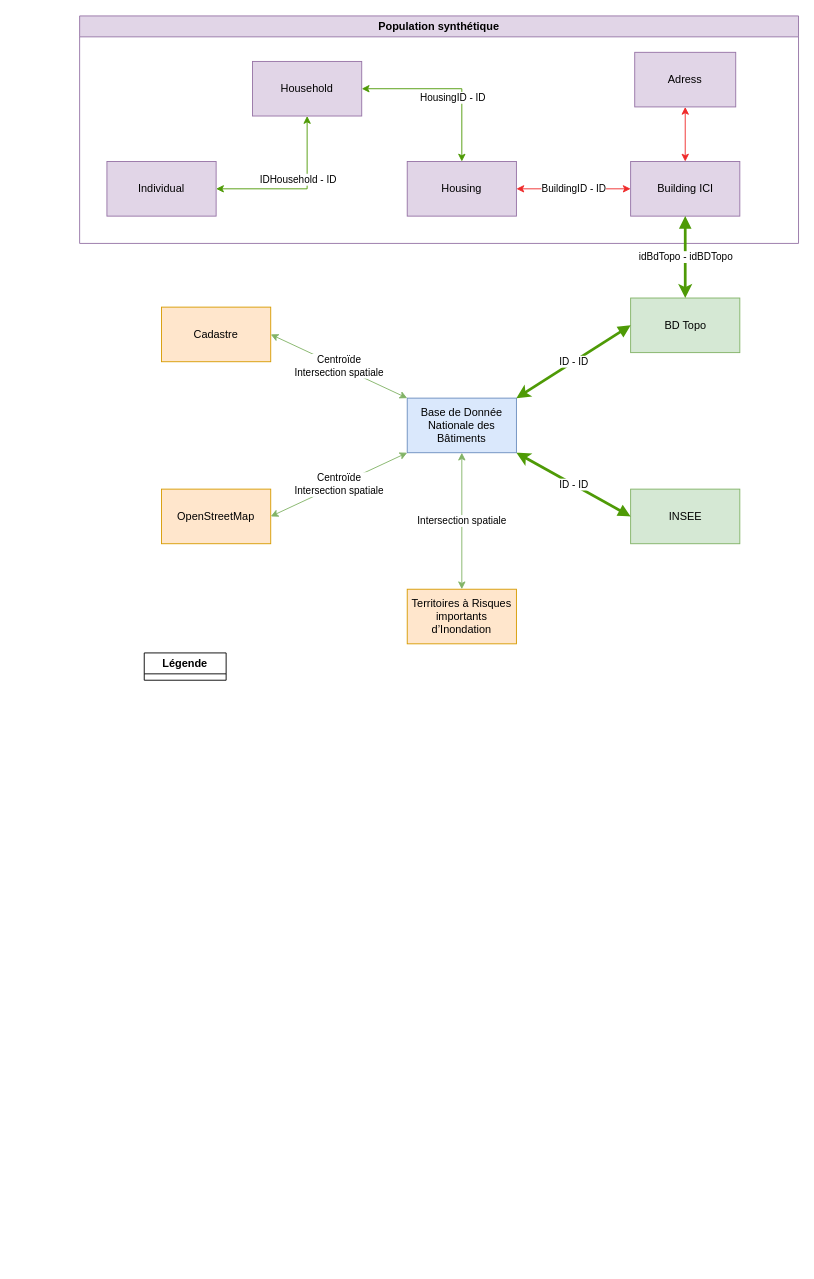
Earlier version of the draw.io diagram liens_entre_bases.drawio (EnzoVenon/Gemini_numeriques). Source tidied: cells renumbered, new cells numbered last; positions are measured from the earlier drawing's top-left corner, leaving out a move shared by most shapes. Both pictures are drawn from the tidied source at 91%, with x=0, y=0 at pixel (79, 15).
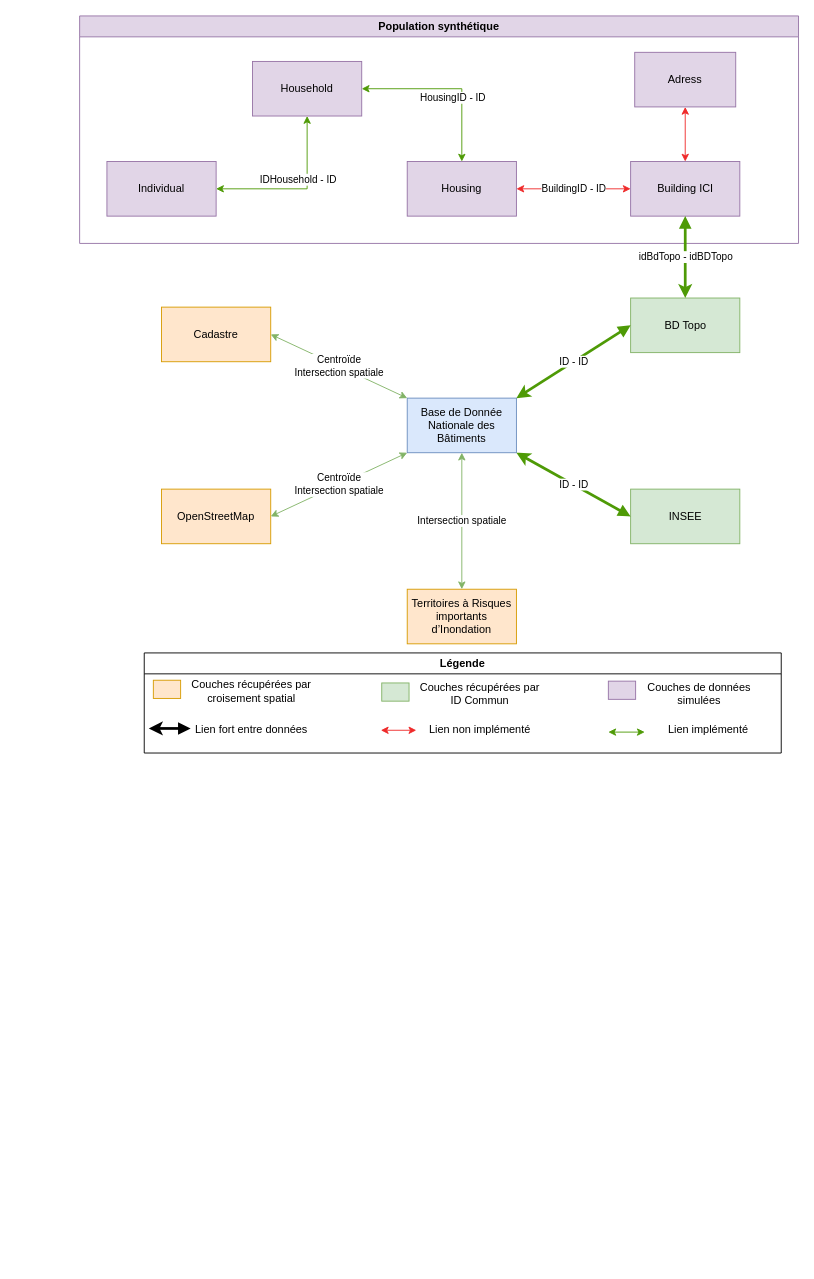
The same page after the edit.

Commit message:
correcting colors

Change to the diagram source:
```diff
@@
-    <mxCell id="24" value="Légende" style="swimlane;whiteSpace=wrap;html=1;" parent="1" vertex="1" collapsed="1">
-      <mxGeometry x="71" y="700" width="90" height="30" as="geometry" />
+    <mxCell id="24" value="Légende" style="swimlane;whiteSpace=wrap;html=1;" parent="1" vertex="1">
+      <mxGeometry x="71" y="700" width="700" height="110" as="geometry" />
     </mxCell>
+    <mxCell id="25" style="rounded=0;whiteSpace=wrap;html=1;fillColor=#ffe6cc;strokeColor=#d79b00;" parent="24" vertex="1">
+      <mxGeometry x="10" y="30" width="30" height="20" as="geometry" />
+    </mxCell>
+    <mxCell id="26" value="Couches récupérées par croisement spatial" style="text;html=1;strokeColor=none;fillColor=none;align=center;verticalAlign=middle;whiteSpace=wrap;rounded=0;" parent="24" vertex="1">
+      <mxGeometry x="48" y="27" width="140" height="30" as="geometry" />
+    </mxCell>
+    <mxCell id="27" style="rounded=0;whiteSpace=wrap;html=1;fillColor=#d5e8d4;strokeColor=#82b366;" parent="24" vertex="1">
+      <mxGeometry x="261" y="33" width="30" height="20" as="geometry" />
+    </mxCell>
+    <mxCell id="28" value="Couches récupérées par ID Commun" style="text;html=1;strokeColor=none;fillColor=none;align=center;verticalAlign=middle;whiteSpace=wrap;rounded=0;" parent="24" vertex="1">
+      <mxGeometry x="299" y="30" width="140" height="30" as="geometry" />
+    </mxCell>
+    <mxCell id="29" style="rounded=0;whiteSpace=wrap;html=1;fillColor=#e1d5e7;strokeColor=#9673a6;" parent="24" vertex="1">
+      <mxGeometry x="510" y="31" width="30" height="20" as="geometry" />
+    </mxCell>
+    <mxCell id="30" value="Couches de données simulées" style="text;html=1;strokeColor=none;fillColor=none;align=center;verticalAlign=middle;whiteSpace=wrap;rounded=0;" parent="24" vertex="1">
+      <mxGeometry x="540" y="30" width="140" height="30" as="geometry" />
+    </mxCell>
+    <mxCell id="31" style="endArrow=classic;html=1;rounded=0;entryX=1;entryY=0;entryDx=0;entryDy=0;strokeColor=#000000;strokeWidth=3;endFill=1;startArrow=block;" parent="24" edge="1">
+      <mxGeometry relative="1" as="geometry">
+        <mxPoint x="51" y="83" as="sourcePoint" />
+        <mxPoint x="5" y="83" as="targetPoint" />
+      </mxGeometry>
+    </mxCell>
+    <mxCell id="32" value="Lien fort entre données" style="text;html=1;strokeColor=none;fillColor=none;align=center;verticalAlign=middle;whiteSpace=wrap;rounded=0;" parent="24" vertex="1">
+      <mxGeometry x="48" y="70" width="140" height="30" as="geometry" />
+    </mxCell>
+    <mxCell id="33" value="&amp;nbsp;" style="edgeStyle=orthogonalEdgeStyle;rounded=0;jettySize=auto;html=1;exitX=1;exitY=0.5;exitDx=0;exitDy=0;strokeColor=#ef2929;endArrow=classic;endFill=1;startArrow=classic;startFill=1;entryX=0;entryY=0.5;entryDx=0;entryDy=0;" parent="24" edge="1" target="34">
+      <mxGeometry x="-1" y="-705" relative="1" as="geometry">
+        <mxPoint x="260" y="85" as="sourcePoint" />
+        <mxPoint x="-400" y="-125" as="offset" />
+      </mxGeometry>
+    </mxCell>
+    <mxCell id="34" value="Lien non implémenté" style="text;html=1;strokeColor=none;fillColor=none;align=center;verticalAlign=middle;whiteSpace=wrap;rounded=0;" parent="24" vertex="1">
+      <mxGeometry x="299" y="70" width="140" height="30" as="geometry" />
+    </mxCell>
+    <mxCell id="35" style="endArrow=classic;startArrow=classic;html=1;rounded=0;strokeColor=#4e9a06;" parent="24" edge="1">
+      <mxGeometry relative="1" as="geometry">
+        <mxPoint x="510" y="87" as="sourcePoint" />
+        <mxPoint x="550" y="87" as="targetPoint" />
+      </mxGeometry>
+    </mxCell>
+    <mxCell id="36" value="Lien implémenté" style="text;html=1;strokeColor=none;fillColor=none;align=center;verticalAlign=middle;whiteSpace=wrap;rounded=0;" parent="24" vertex="1">
+      <mxGeometry x="550" y="70" width="140" height="30" as="geometry" />
+    </mxCell>
```
